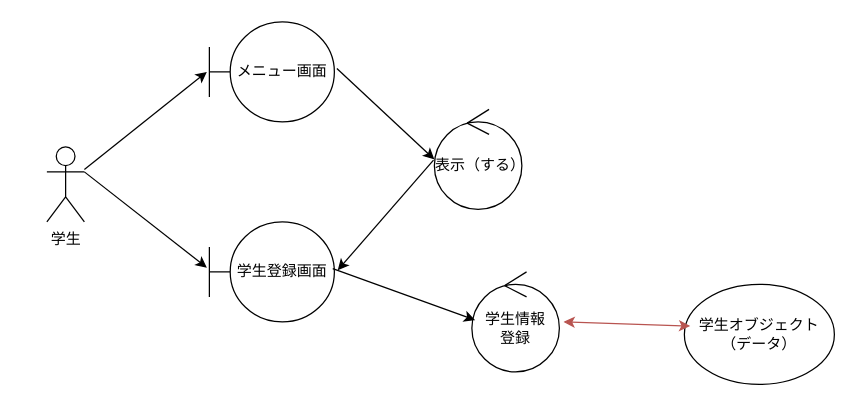
Above: 05_web_ronbun/analysis.drawio in sugimoto0804/o-hara_uml (draw.io), before the change. Source tidied: cells renumbered, new cells numbered last; positions are measured from the earlier drawing's top-left corner, leaving out a move shared by most shapes. Both pictures are drawn from the tidied source at 125%, with x=0, y=0 at pixel (46, 21).
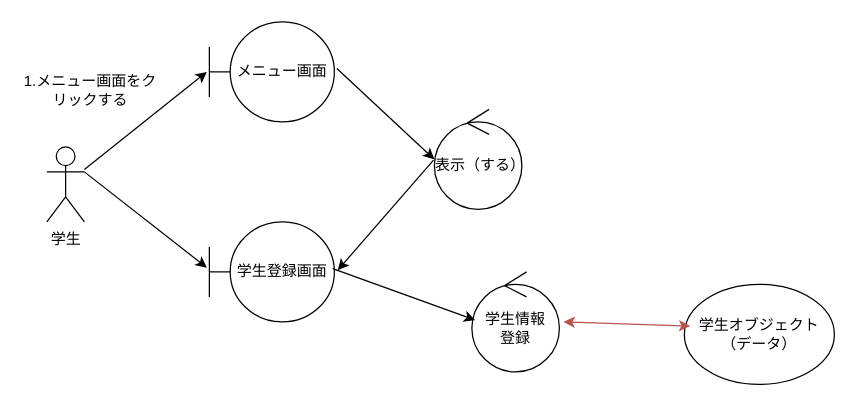
After the change.

Diff of the diagram source:
```diff
@@
 <mxGraphModel>
   <root>
     <mxCell id="0" />
     <mxCell id="1" parent="0" />
     <mxCell id="2" style="edgeStyle=none;html=1;entryX=-0.02;entryY=0.5;entryDx=0;entryDy=0;entryPerimeter=0;" parent="1" edge="1" source="3" target="5">
       <mxGeometry relative="1" as="geometry" />
     </mxCell>
     <mxCell id="3" value="学生&lt;div&gt;&lt;br&gt;&lt;/div&gt;" style="shape=umlActor;verticalLabelPosition=bottom;verticalAlign=top;html=1;outlineConnect=0;" parent="1" vertex="1">
       <mxGeometry y="100" width="30" height="60" as="geometry" />
     </mxCell>
     <mxCell id="4" value="表示（する）" style="ellipse;shape=umlControl;whiteSpace=wrap;html=1;" parent="1" vertex="1">
       <mxGeometry x="310" y="70" width="70" height="80" as="geometry" />
     </mxCell>
     <mxCell id="5" value="メニュー画面" style="shape=umlBoundary;whiteSpace=wrap;html=1;" parent="1" vertex="1">
       <mxGeometry x="130" width="100" height="80" as="geometry" />
     </mxCell>
     <mxCell id="6" style="endArrow=classic;html=1;entryX=0;entryY=0.5;entryDx=0;entryDy=0;entryPerimeter=0;exitX=1.02;exitY=0.467;exitDx=0;exitDy=0;exitPerimeter=0;" parent="1" edge="1" source="5" target="4">
       <mxGeometry relative="1" as="geometry" />
     </mxCell>
     <mxCell id="7" style="endArrow=classic;html=1;exitX=1;exitY=0.3333333333333333;exitDx=0;exitDy=0;exitPerimeter=0;entryX=-0.02;entryY=0.458;entryDx=0;entryDy=0;entryPerimeter=0;" parent="1" edge="1" source="3" target="8">
       <mxGeometry relative="1" as="geometry" />
     </mxCell>
     <mxCell id="8" value="学生登録画面" style="shape=umlBoundary;whiteSpace=wrap;html=1;" parent="1" vertex="1">
       <mxGeometry x="130" y="160" width="100" height="80" as="geometry" />
     </mxCell>
     <mxCell id="9" style="endArrow=classic;html=1;exitX=-0.01;exitY=0.508;exitDx=0;exitDy=0;exitPerimeter=0;entryX=1.027;entryY=0.483;entryDx=0;entryDy=0;entryPerimeter=0;" parent="1" edge="1" source="4" target="8">
       <mxGeometry relative="1" as="geometry" />
     </mxCell>
     <mxCell id="10" value="学生情報&lt;div&gt;登録&lt;/div&gt;" style="ellipse;shape=umlControl;whiteSpace=wrap;html=1;" parent="1" vertex="1">
       <mxGeometry x="340" y="200" width="70" height="80" as="geometry" />
     </mxCell>
     <mxCell id="11" style="endArrow=classic;html=1;exitX=0.987;exitY=0.467;exitDx=0;exitDy=0;exitPerimeter=0;entryX=0.038;entryY=0.483;entryDx=0;entryDy=0;entryPerimeter=0;" parent="1" edge="1" source="8" target="10">
       <mxGeometry relative="1" as="geometry" />
     </mxCell>
     <mxCell id="12" value="学生オブジェクト&lt;div&gt;（データ）&lt;/div&gt;" style="ellipse;whiteSpace=wrap;html=1;" parent="1" vertex="1">
       <mxGeometry x="510" y="210" width="120" height="80" as="geometry" />
     </mxCell>
     <mxCell id="13" style="endArrow=classic;startArrow=classic;html=1;entryX=0.039;entryY=0.417;entryDx=0;entryDy=0;entryPerimeter=0;exitX=1.048;exitY=0.5;exitDx=0;exitDy=0;exitPerimeter=0;fillColor=#f8cecc;strokeColor=#b85450;" parent="1" edge="1" source="10" target="12">
       <mxGeometry relative="1" as="geometry" />
     </mxCell>
+    <mxCell id="14" value="1.メニュー画面をクリックする" style="text;html=1;align=center;verticalAlign=middle;whiteSpace=wrap;rounded=0;" parent="1" vertex="1">
+      <mxGeometry x="-20" y="40" width="110" height="30" as="geometry" />
+    </mxCell>
   </root>
 </mxGraphModel>
```
